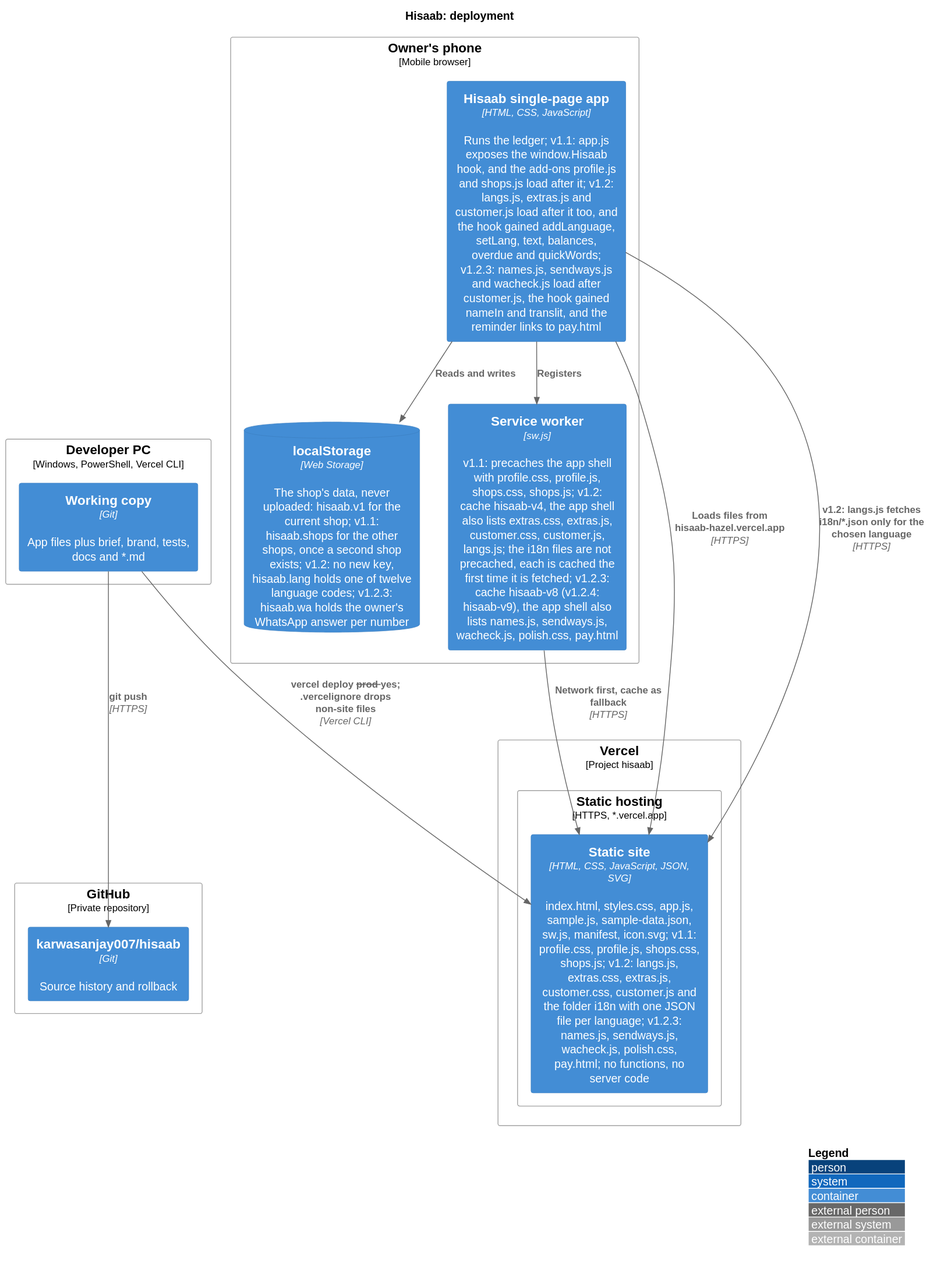
Above: docs/diagrams/deployment.svg in karwasanjay007/hisaab-docs (PlantUML), before the change.
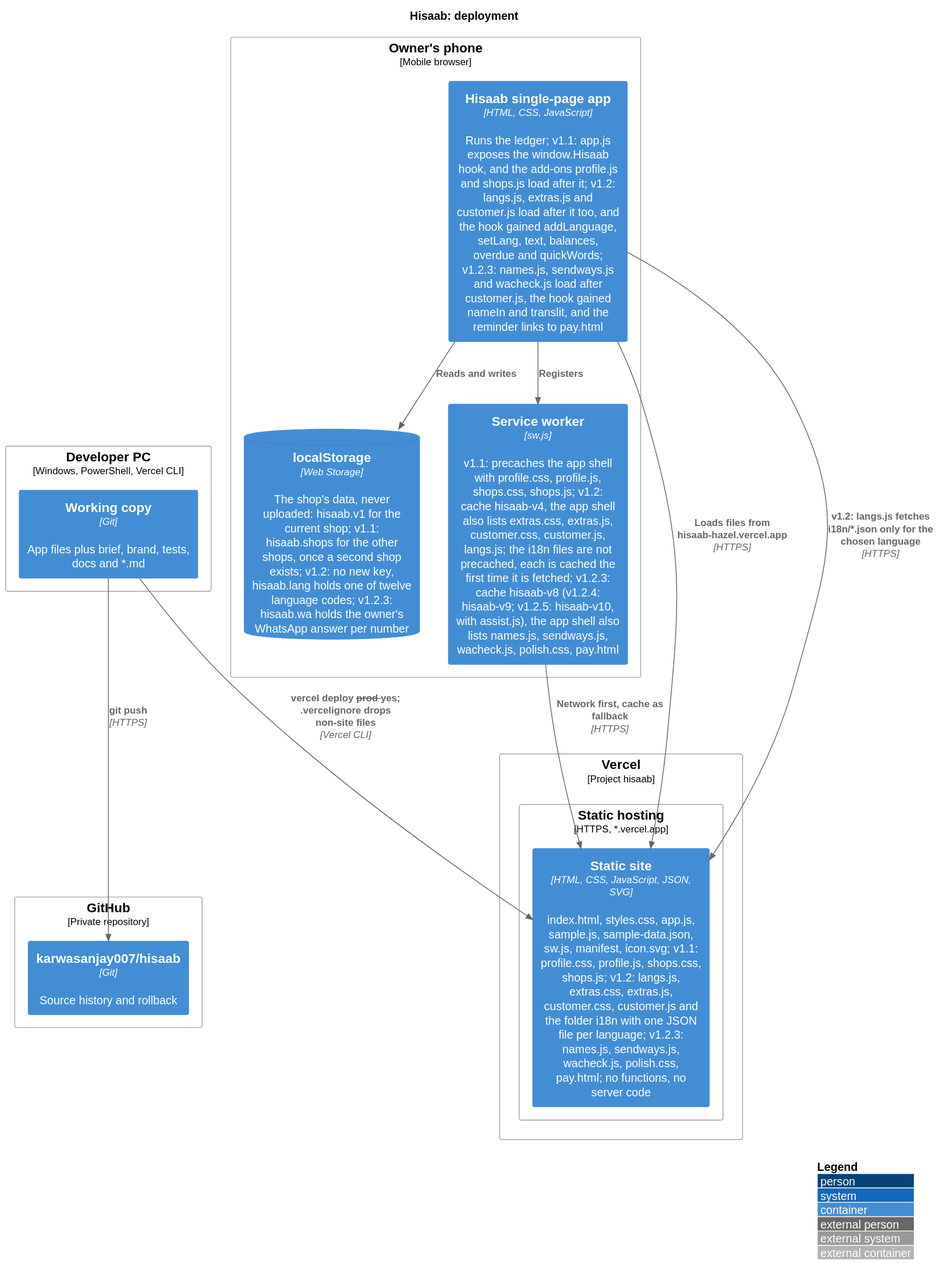
Above is the later version.

Change to the diagram source:
```diff
@@ -16,7 +16,7 @@
 Deployment_Node(phone, "Owner's phone", "Mobile browser") {
   Container(app, "Hisaab single-page app", "HTML, CSS, JavaScript", "Runs the ledger; v1.1: app.js exposes the window.Hisaab hook, and the add-ons profile.js and shops.js load after it; v1.2: langs.js, extras.js and customer.js load after it too, and the hook gained addLanguage, setLang, text, balances, overdue and quickWords; v1.2.3: names.js, sendways.js and wacheck.js load after customer.js, the hook gained nameIn and translit, and the reminder links to pay.html")
   ContainerDb(store, "localStorage", "Web Storage", "The shop's data, never uploaded: hisaab.v1 for the current shop; v1.1: hisaab.shops for the other shops, once a second shop exists; v1.2: no new key, hisaab.lang holds one of twelve language codes; v1.2.3: hisaab.wa holds the owner's WhatsApp answer per number")
-  Container(swk, "Service worker", "sw.js", "v1.1: precaches the app shell with profile.css, profile.js, shops.css, shops.js; v1.2: cache hisaab-v4, the app shell also lists extras.css, extras.js, customer.css, customer.js, langs.js; the i18n files are not precached, each is cached the first time it is fetched; v1.2.3: cache hisaab-v8 (v1.2.4: hisaab-v9), the app shell also lists names.js, sendways.js, wacheck.js, polish.css, pay.html")
+  Container(swk, "Service worker", "sw.js", "v1.1: precaches the app shell with profile.css, profile.js, shops.css, shops.js; v1.2: cache hisaab-v4, the app shell also lists extras.css, extras.js, customer.css, customer.js, langs.js; the i18n files are not precached, each is cached the first time it is fetched; v1.2.3: cache hisaab-v8 (v1.2.4: hisaab-v9; v1.2.5: hisaab-v10, with assist.js), the app shell also lists names.js, sendways.js, wacheck.js, polish.css, pay.html")
 }
 
 Rel(src, repo, "git push", "HTTPS")
```
